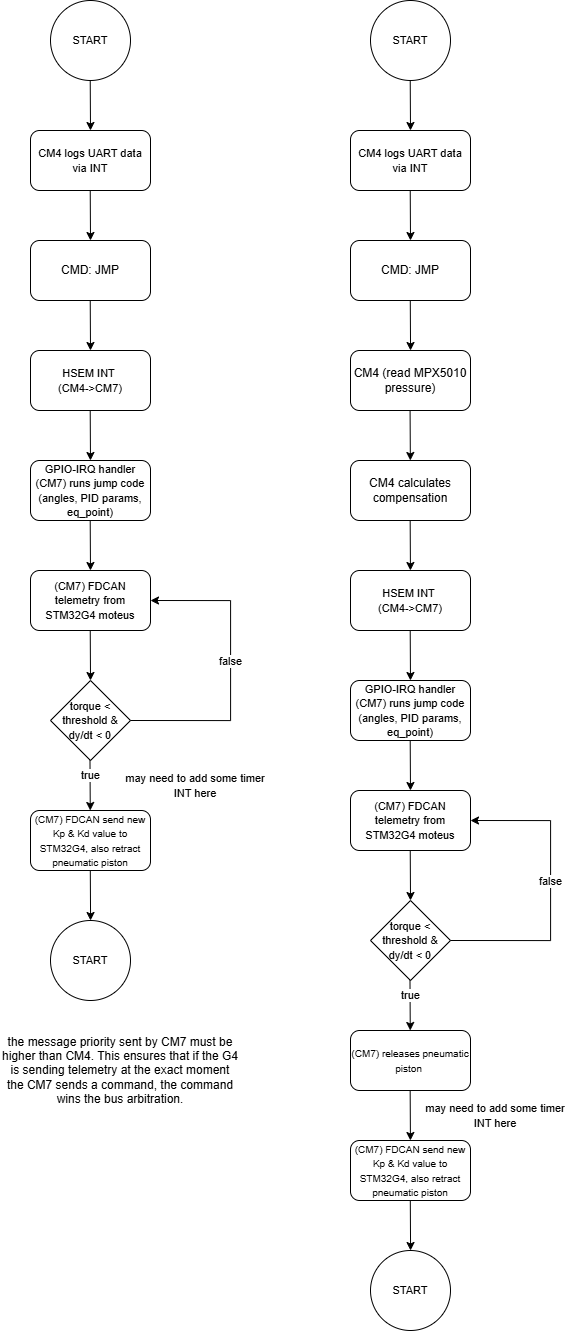
Earlier version of the draw.io export FYP control flowchart.png (milotruck-shin/doingmeathink). Source tidied: cells renumbered, new cells last; positions are measured from the earlier drawing's top-left corner, leaving out a move shared by most shapes.
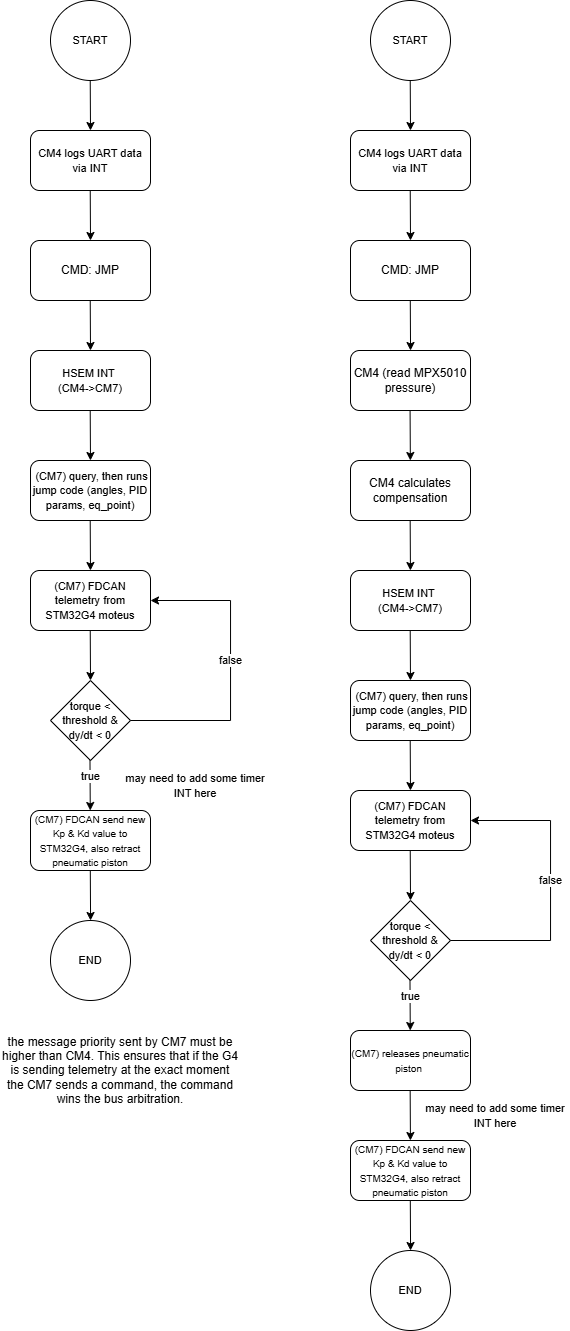
The same file after the commit.

Diff of the diagram source:
```diff
@@ -34,7 +34,7 @@
         <mxPoint x="90" y="460" as="targetPoint" />
       </mxGeometry>
     </mxCell>
-    <mxCell id="9" value="&lt;font style=&quot;font-size: 11px;&quot;&gt;GPIO-IRQ handler (CM7) runs jump code (angles, PID params, eq_point)&lt;/font&gt;" style="rounded=1;whiteSpace=wrap;html=1;" parent="1" vertex="1">
+    <mxCell id="9" value="&lt;font style=&quot;font-size: 11px;&quot;&gt;&amp;nbsp;(CM7) query, then runs jump code (angles, PID params, eq_point)&lt;/font&gt;" style="rounded=1;whiteSpace=wrap;html=1;" parent="1" vertex="1">
       <mxGeometry x="30" y="460" width="120" height="60" as="geometry" />
     </mxCell>
     <mxCell id="10" style="endArrow=classic;html=1;rounded=0;entryX=0.5;entryY=0;entryDx=0;entryDy=0;" parent="1" edge="1">
@@ -88,7 +88,7 @@
     <mxCell id="20" value="&lt;font style=&quot;font-size: 11px;&quot;&gt;may need to add some timer INT here&lt;/font&gt;" style="text;html=1;whiteSpace=wrap;strokeColor=none;fillColor=none;align=center;verticalAlign=middle;rounded=0;" parent="1" vertex="1">
       <mxGeometry x="120" y="770" width="150" height="30" as="geometry" />
     </mxCell>
-    <mxCell id="21" value="&lt;font style=&quot;font-size: 11px;&quot;&gt;START&lt;/font&gt;" style="ellipse;whiteSpace=wrap;html=1;" parent="1" vertex="1">
+    <mxCell id="21" value="&lt;font style=&quot;font-size: 11px;&quot;&gt;END&lt;/font&gt;" style="ellipse;whiteSpace=wrap;html=1;" parent="1" vertex="1">
       <mxGeometry x="50" y="920" width="80" height="80" as="geometry" />
     </mxCell>
     <mxCell id="22" style="endArrow=classic;html=1;rounded=0;entryX=0.5;entryY=0;entryDx=0;entryDy=0;" parent="1" edge="1">
@@ -123,7 +123,7 @@
         <mxPoint x="410" y="680" as="targetPoint" />
       </mxGeometry>
     </mxCell>
-    <mxCell id="29" value="&lt;font style=&quot;font-size: 11px;&quot;&gt;GPIO-IRQ handler (CM7) runs jump code (angles, PID params, eq_point)&lt;/font&gt;" style="rounded=1;whiteSpace=wrap;html=1;" parent="1" vertex="1">
+    <mxCell id="29" value="&lt;span style=&quot;font-size: 11px;&quot;&gt;&amp;nbsp;(CM7) query, then runs jump code (angles, PID params, eq_point)&lt;/span&gt;" style="rounded=1;whiteSpace=wrap;html=1;" parent="1" vertex="1">
       <mxGeometry x="350" y="680" width="120" height="60" as="geometry" />
     </mxCell>
     <mxCell id="30" style="endArrow=classic;html=1;rounded=0;entryX=0.5;entryY=0;entryDx=0;entryDy=0;" parent="1" edge="1">
@@ -183,7 +183,7 @@
     <mxCell id="41" value="&lt;font style=&quot;font-size: 11px;&quot;&gt;may need to add some timer INT here&lt;/font&gt;" style="text;html=1;whiteSpace=wrap;strokeColor=none;fillColor=none;align=center;verticalAlign=middle;rounded=0;" parent="1" vertex="1">
       <mxGeometry x="420" y="1100" width="150" height="30" as="geometry" />
     </mxCell>
-    <mxCell id="42" value="&lt;font style=&quot;font-size: 11px;&quot;&gt;START&lt;/font&gt;" style="ellipse;whiteSpace=wrap;html=1;" parent="1" vertex="1">
+    <mxCell id="42" value="&lt;font style=&quot;font-size: 11px;&quot;&gt;END&lt;/font&gt;" style="ellipse;whiteSpace=wrap;html=1;" parent="1" vertex="1">
       <mxGeometry x="370" y="1250" width="80" height="80" as="geometry" />
     </mxCell>
     <mxCell id="43" style="endArrow=classic;html=1;rounded=0;entryX=0.5;entryY=0;entryDx=0;entryDy=0;" parent="1" edge="1">
```
